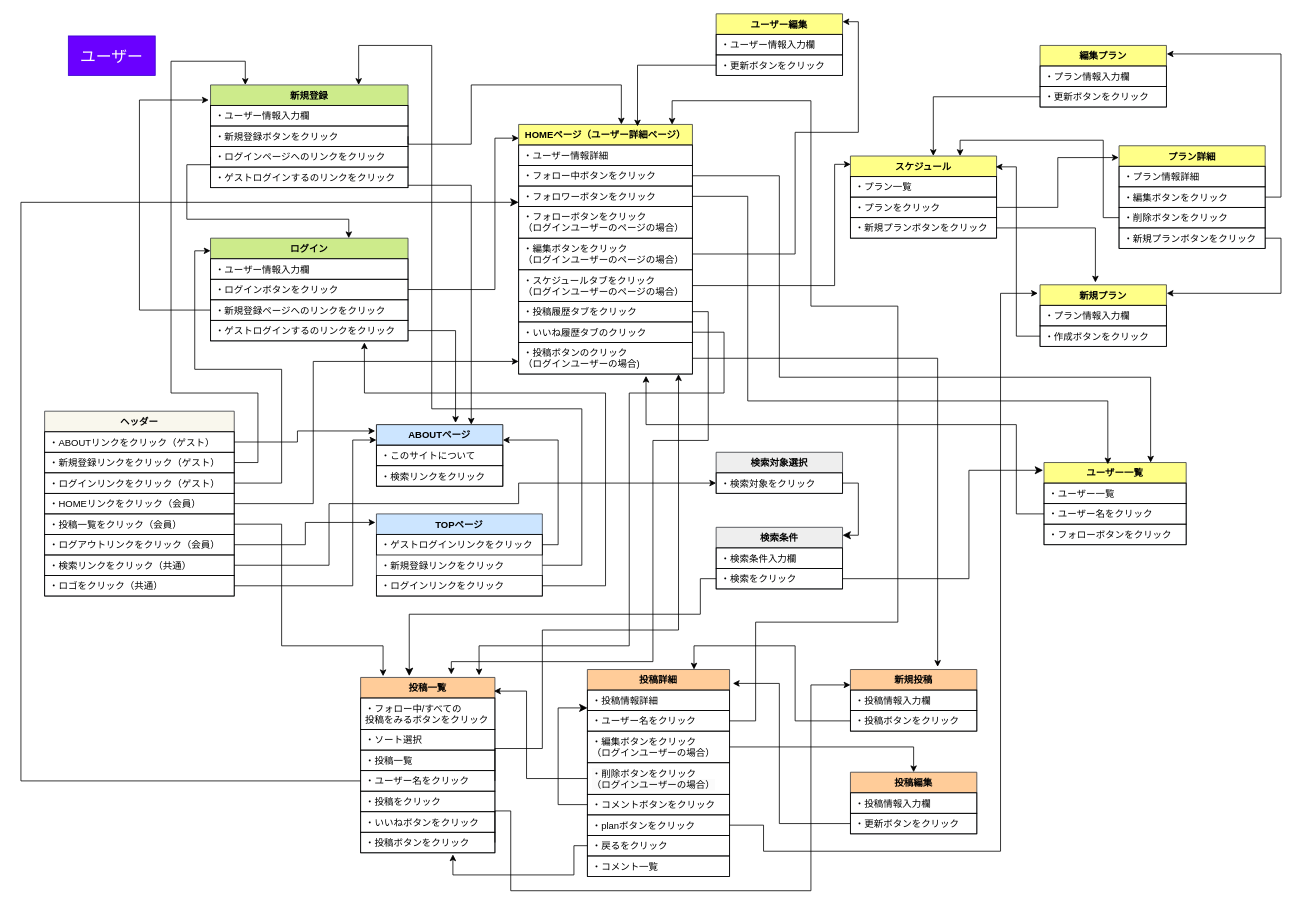
JunkiYuasa/trip_planning keeps this draw.io diagram as page "user" (1 of 2) of ui_flows.drawio. Above is the earlier version. Source tidied: cells renumbered, new cells numbered last; positions are measured from the earlier drawing's top-left corner, leaving out a move shared by most shapes. Both pictures are drawn from the tidied source at 79%, with x=0, y=0 at pixel (21, 13).
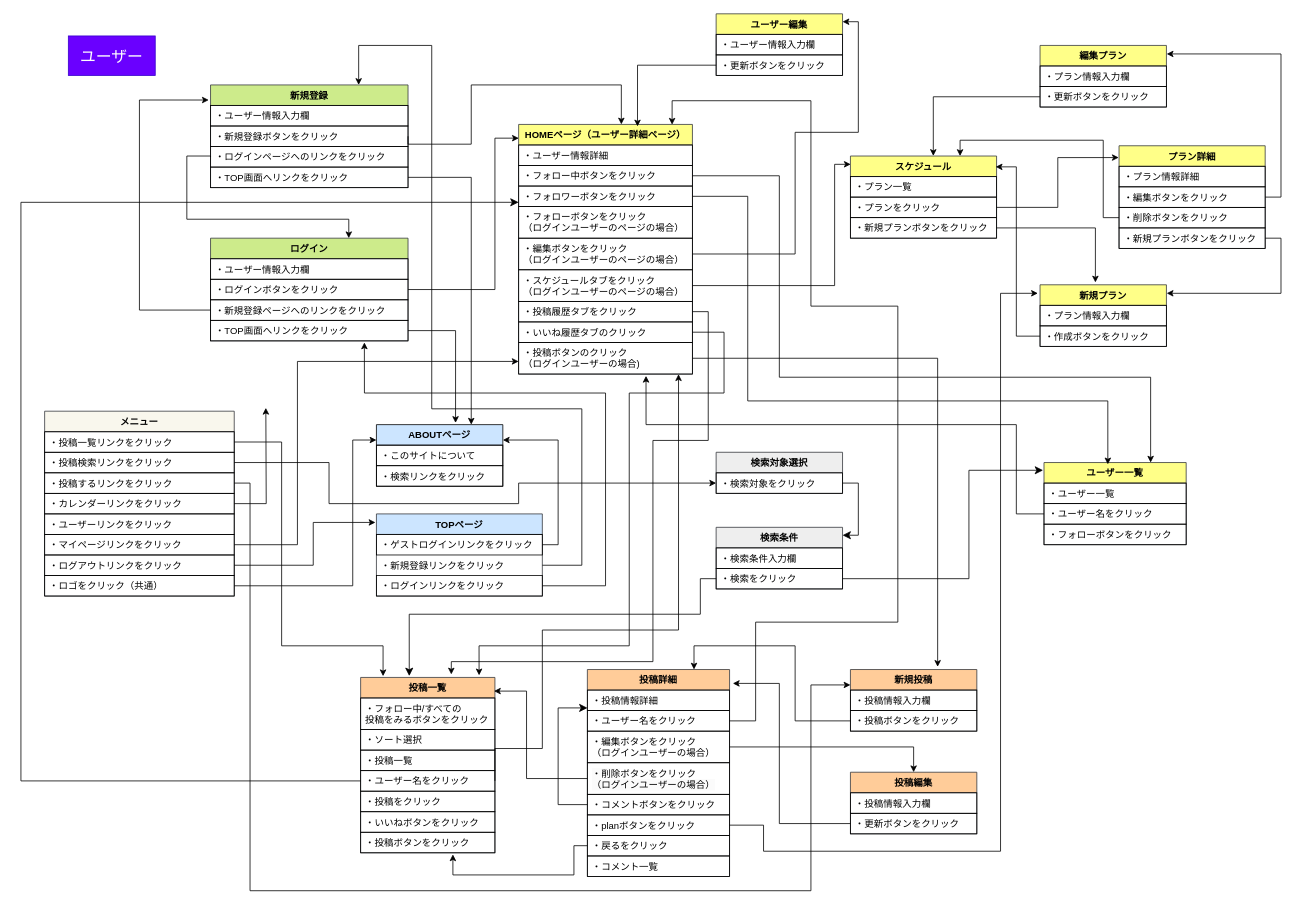
The same page after the edit.

Commit message:
ui_flows.drawio を更新します

Unchanged cells that the change refers to:
```xml
<mxCell id="3" value="TOPページ" style="swimlane;fontStyle=1;align=center;verticalAlign=top;horizontal=1;startSize=26;whiteSpace=wrap;html=1;strokeColor=#36393d;spacingLeft=4;spacingRight=4;fontFamily=Helvetica;fontSize=12;fillColor=#cce5ff;" parent="1" vertex="1">
  <mxGeometry x="450" y="633" width="210" height="104" as="geometry" />
</mxCell>
<mxCell id="16" value="新規登録" style="swimlane;fontStyle=1;align=center;verticalAlign=top;horizontal=1;startSize=26;whiteSpace=wrap;html=1;strokeColor=#36393d;spacingLeft=4;spacingRight=4;fontFamily=Helvetica;fontSize=12;fillColor=#cdeb8b;" parent="1" vertex="1">
  <mxGeometry x="240" y="90" width="250" height="130" as="geometry" />
</mxCell>
<mxCell id="19" value="・ログインページへのリンクをクリック" style="text;strokeColor=default;fillColor=none;align=left;verticalAlign=top;spacingLeft=4;spacingRight=4;overflow=hidden;points=[[0,0.5],[1,0.5]];portConstraint=eastwest;whiteSpace=wrap;html=1;fontFamily=Helvetica;fontSize=12;fontColor=default;" parent="16" vertex="1">
  <mxGeometry y="78" width="250" height="26" as="geometry" />
</mxCell>
<mxCell id="21" value="ABOUTページ" style="swimlane;fontStyle=1;align=center;verticalAlign=top;horizontal=1;startSize=26;whiteSpace=wrap;html=1;spacingLeft=4;spacingRight=4;fontFamily=Helvetica;fontSize=12;fillColor=#cce5ff;strokeColor=default;" parent="1" vertex="1">
  <mxGeometry x="450" y="520" width="160" height="78" as="geometry" />
</mxCell>
<mxCell id="24" value="ログイン" style="swimlane;fontStyle=1;align=center;verticalAlign=top;horizontal=1;startSize=26;whiteSpace=wrap;html=1;strokeColor=#36393d;spacingLeft=4;spacingRight=4;fontFamily=Helvetica;fontSize=12;fillColor=#cdeb8b;" parent="1" vertex="1">
  <mxGeometry x="240" y="284" width="250" height="130" as="geometry" />
</mxCell>
<mxCell id="38" value="・投稿ボタンのクリック&lt;div&gt;（ログインユーザーの場合)&lt;/div&gt;" style="text;strokeColor=default;fillColor=none;align=left;verticalAlign=top;spacingLeft=4;spacingRight=4;overflow=hidden;points=[[0,0.5],[1,0.5]];portConstraint=eastwest;whiteSpace=wrap;html=1;fontFamily=Helvetica;fontSize=12;fontColor=default;" parent="29" vertex="1">
  <mxGeometry y="276" width="220" height="40" as="geometry" />
</mxCell>
<mxCell id="39" value="投稿一覧" style="swimlane;fontStyle=1;align=center;verticalAlign=top;horizontal=1;startSize=26;whiteSpace=wrap;html=1;strokeColor=#36393d;spacingLeft=4;spacingRight=4;fontFamily=Helvetica;fontSize=12;fillColor=#ffcc99;" parent="1" vertex="1">
  <mxGeometry x="430" y="840" width="170" height="222" as="geometry" />
</mxCell>
<mxCell id="46" value="・投稿ボタンをクリック" style="text;strokeColor=default;fillColor=none;align=left;verticalAlign=top;spacingLeft=4;spacingRight=4;overflow=hidden;points=[[0,0.5],[1,0.5]];portConstraint=eastwest;whiteSpace=wrap;html=1;fontFamily=Helvetica;fontSize=12;fontColor=default;" parent="39" vertex="1">
  <mxGeometry y="196" width="170" height="26" as="geometry" />
</mxCell>
<mxCell id="60" value="新規投稿" style="swimlane;fontStyle=1;align=center;verticalAlign=top;horizontal=1;startSize=26;whiteSpace=wrap;html=1;strokeColor=#36393d;spacingLeft=4;spacingRight=4;fontFamily=Helvetica;fontSize=12;fillColor=#ffcc99;" parent="1" vertex="1">
  <mxGeometry x="1050" y="830" width="160" height="78" as="geometry" />
</mxCell>
<mxCell id="86" value="・検索対象をクリック" style="text;strokeColor=default;fillColor=none;align=left;verticalAlign=top;spacingLeft=4;spacingRight=4;overflow=hidden;points=[[0,0.5],[1,0.5]];portConstraint=eastwest;whiteSpace=wrap;html=1;fontFamily=Helvetica;fontSize=12;fontColor=default;" parent="85" vertex="1">
  <mxGeometry y="26" width="160" height="26" as="geometry" />
</mxCell>
```

The edit, as a diff of the source:
```diff
@@
-    <mxCell id="7" value="ヘッダー" style="swimlane;fontStyle=1;align=center;verticalAlign=top;horizontal=1;startSize=26;whiteSpace=wrap;html=1;strokeColor=#36393d;spacingLeft=4;spacingRight=4;fontFamily=Helvetica;fontSize=12;fillColor=#f9f7ed;" parent="1" vertex="1">
+    <mxCell id="7" value="メニュー" style="swimlane;fontStyle=1;align=center;verticalAlign=top;horizontal=1;startSize=26;whiteSpace=wrap;html=1;strokeColor=#36393d;spacingLeft=4;spacingRight=4;fontFamily=Helvetica;fontSize=12;fillColor=#f9f7ed;" parent="1" vertex="1">
       <mxGeometry x="30" y="503" width="240" height="234" as="geometry" />
     </mxCell>
-    <mxCell id="8" value="・ABOUTリンクをクリック（ゲスト）" style="text;strokeColor=default;fillColor=none;align=left;verticalAlign=top;spacingLeft=4;spacingRight=4;overflow=hidden;points=[[0,0.5],[1,0.5]];portConstraint=eastwest;whiteSpace=wrap;html=1;fontFamily=Helvetica;fontSize=12;fontColor=default;" parent="7" vertex="1">
+    <mxCell id="8" value="・投稿一覧リンクをクリック" style="text;strokeColor=default;fillColor=none;align=left;verticalAlign=top;spacingLeft=4;spacingRight=4;overflow=hidden;points=[[0,0.5],[1,0.5]];portConstraint=eastwest;whiteSpace=wrap;html=1;fontFamily=Helvetica;fontSize=12;fontColor=default;" parent="7" vertex="1">
       <mxGeometry y="26" width="240" height="26" as="geometry" />
     </mxCell>
+    <mxCell id="14" value="・投稿検索リンクをクリック" style="text;strokeColor=default;fillColor=none;align=left;verticalAlign=top;spacingLeft=4;spacingRight=4;overflow=hidden;points=[[0,0.5],[1,0.5]];portConstraint=eastwest;whiteSpace=wrap;html=1;fontFamily=Helvetica;fontSize=12;fontColor=default;" parent="7" vertex="1">
+      <mxGeometry y="52" width="240" height="26" as="geometry" />
+    </mxCell>
-    <mxCell id="9" value="・新規登録リンクをクリック（ゲスト）" style="text;strokeColor=default;fillColor=none;align=left;verticalAlign=top;spacingLeft=4;spacingRight=4;overflow=hidden;points=[[0,0.5],[1,0.5]];portConstraint=eastwest;whiteSpace=wrap;html=1;fontFamily=Helvetica;fontSize=12;fontColor=default;" parent="7" vertex="1">
-      <mxGeometry y="52" width="240" height="26" as="geometry" />
+    <mxCell id="9" value="・投稿するリンクをクリック" style="text;strokeColor=default;fillColor=none;align=left;verticalAlign=top;spacingLeft=4;spacingRight=4;overflow=hidden;points=[[0,0.5],[1,0.5]];portConstraint=eastwest;whiteSpace=wrap;html=1;fontFamily=Helvetica;fontSize=12;fontColor=default;" parent="7" vertex="1">
+      <mxGeometry y="78" width="240" height="26" as="geometry" />
     </mxCell>
+    <mxCell id="136" style="edgeStyle=orthogonalEdgeStyle;rounded=0;jettySize=auto;html=1;exitX=1;exitY=0.5;exitDx=0;exitDy=0;" parent="7" edge="1" source="12">
+      <mxGeometry relative="1" as="geometry">
+        <mxPoint x="280" y="-4.2" as="targetPoint" />
+      </mxGeometry>
+    </mxCell>
+    <mxCell id="12" value="・カレンダーリンクをクリック" style="text;strokeColor=default;fillColor=none;align=left;verticalAlign=top;spacingLeft=4;spacingRight=4;overflow=hidden;points=[[0,0.5],[1,0.5]];portConstraint=eastwest;whiteSpace=wrap;html=1;fontFamily=Helvetica;fontSize=12;fontColor=default;" parent="7" vertex="1">
+      <mxGeometry y="104" width="240" height="26" as="geometry" />
+    </mxCell>
-    <mxCell id="10" value="・ログインリンクをクリック（ゲスト）" style="text;strokeColor=default;fillColor=none;align=left;verticalAlign=top;spacingLeft=4;spacingRight=4;overflow=hidden;points=[[0,0.5],[1,0.5]];portConstraint=eastwest;whiteSpace=wrap;html=1;fontFamily=Helvetica;fontSize=12;fontColor=default;" parent="7" vertex="1">
-      <mxGeometry y="78" width="240" height="26" as="geometry" />
+    <mxCell id="10" value="・ユーザーリンクをクリック" style="text;strokeColor=default;fillColor=none;align=left;verticalAlign=top;spacingLeft=4;spacingRight=4;overflow=hidden;points=[[0,0.5],[1,0.5]];portConstraint=eastwest;whiteSpace=wrap;html=1;fontFamily=Helvetica;fontSize=12;fontColor=default;" parent="7" vertex="1">
+      <mxGeometry y="130" width="240" height="26" as="geometry" />
     </mxCell>
-    <mxCell id="11" value="・HOMEリンクをクリック（会員）" style="text;strokeColor=default;fillColor=none;align=left;verticalAlign=top;spacingLeft=4;spacingRight=4;overflow=hidden;points=[[0,0.5],[1,0.5]];portConstraint=eastwest;whiteSpace=wrap;html=1;fontFamily=Helvetica;fontSize=12;fontColor=default;" parent="7" vertex="1">
-      <mxGeometry y="104" width="240" height="26" as="geometry" />
+    <mxCell id="11" value="・マイページリンクをクリック" style="text;strokeColor=default;fillColor=none;align=left;verticalAlign=top;spacingLeft=4;spacingRight=4;overflow=hidden;points=[[0,0.5],[1,0.5]];portConstraint=eastwest;whiteSpace=wrap;html=1;fontFamily=Helvetica;fontSize=12;fontColor=default;" parent="7" vertex="1">
+      <mxGeometry y="156" width="240" height="26" as="geometry" />
     </mxCell>
-    <mxCell id="12" value="・投稿一覧をクリック（会員）" style="text;strokeColor=default;fillColor=none;align=left;verticalAlign=top;spacingLeft=4;spacingRight=4;overflow=hidden;points=[[0,0.5],[1,0.5]];portConstraint=eastwest;whiteSpace=wrap;html=1;fontFamily=Helvetica;fontSize=12;fontColor=default;" parent="7" vertex="1">
-      <mxGeometry y="130" width="240" height="26" as="geometry" />
-    </mxCell>
-    <mxCell id="13" value="・ログアウトリンクをクリック（会員）" style="text;strokeColor=default;fillColor=none;align=left;verticalAlign=top;spacingLeft=4;spacingRight=4;overflow=hidden;points=[[0,0.5],[1,0.5]];portConstraint=eastwest;whiteSpace=wrap;html=1;fontFamily=Helvetica;fontSize=12;fontColor=default;" parent="7" vertex="1">
-      <mxGeometry y="156" width="240" height="26" as="geometry" />
+    <mxCell id="13" value="・ログアウトリンクをクリック" style="text;strokeColor=default;fillColor=none;align=left;verticalAlign=top;spacingLeft=4;spacingRight=4;overflow=hidden;points=[[0,0.5],[1,0.5]];portConstraint=eastwest;whiteSpace=wrap;html=1;fontFamily=Helvetica;fontSize=12;fontColor=default;" parent="7" vertex="1">
+      <mxGeometry y="182" width="240" height="26" as="geometry" />
     </mxCell>
-    <mxCell id="14" value="・検索リンクをクリック（共通）" style="text;strokeColor=default;fillColor=none;align=left;verticalAlign=top;spacingLeft=4;spacingRight=4;overflow=hidden;points=[[0,0.5],[1,0.5]];portConstraint=eastwest;whiteSpace=wrap;html=1;fontFamily=Helvetica;fontSize=12;fontColor=default;" parent="7" vertex="1">
-      <mxGeometry y="182" width="240" height="26" as="geometry" />
-    </mxCell>
@@
-    <mxCell id="20" value="・ゲストログインするのリンクをクリック" style="text;strokeColor=default;fillColor=none;align=left;verticalAlign=top;spacingLeft=4;spacingRight=4;overflow=hidden;points=[[0,0.5],[1,0.5]];portConstraint=eastwest;whiteSpace=wrap;html=1;fontFamily=Helvetica;fontSize=12;fontColor=default;" parent="16" vertex="1">
+    <mxCell id="20" value="・TOP画面へリンクをクリック" style="text;strokeColor=default;fillColor=none;align=left;verticalAlign=top;spacingLeft=4;spacingRight=4;overflow=hidden;points=[[0,0.5],[1,0.5]];portConstraint=eastwest;whiteSpace=wrap;html=1;fontFamily=Helvetica;fontSize=12;fontColor=default;" parent="16" vertex="1">
       <mxGeometry y="104" width="250" height="26" as="geometry" />
     </mxCell>
@@
-    <mxCell id="28" value="・ゲストログインするのリンクをクリック" style="text;strokeColor=default;fillColor=none;align=left;verticalAlign=top;spacingLeft=4;spacingRight=4;overflow=hidden;points=[[0,0.5],[1,0.5]];portConstraint=eastwest;whiteSpace=wrap;html=1;fontFamily=Helvetica;fontSize=12;fontColor=default;" parent="24" vertex="1">
+    <mxCell id="28" value="・TOP画面へリンクをクリック" style="text;strokeColor=default;fillColor=none;align=left;verticalAlign=top;spacingLeft=4;spacingRight=4;overflow=hidden;points=[[0,0.5],[1,0.5]];portConstraint=eastwest;whiteSpace=wrap;html=1;fontFamily=Helvetica;fontSize=12;fontColor=default;" parent="24" vertex="1">
       <mxGeometry y="104" width="250" height="26" as="geometry" />
     </mxCell>
@@
-    <mxCell id="87" style="edgeStyle=orthogonalEdgeStyle;rounded=0;jettySize=auto;html=1;" parent="1" edge="1" source="9">
-      <mxGeometry relative="1" as="geometry">
-        <mxPoint x="284" y="90" as="targetPoint" />
-        <Array as="points">
-          <mxPoint x="300" y="568" />
-          <mxPoint x="300" y="480" />
-          <mxPoint x="190" y="480" />
-          <mxPoint x="190" y="60" />
-          <mxPoint x="284" y="60" />
-        </Array>
-      </mxGeometry>
-    </mxCell>
-    <mxCell id="88" style="edgeStyle=orthogonalEdgeStyle;rounded=0;jettySize=auto;html=1;exitX=1;exitY=0.5;exitDx=0;exitDy=0;" parent="1" edge="1" source="10" target="24">
-      <mxGeometry relative="1" as="geometry">
-        <Array as="points">
-          <mxPoint x="330" y="594" />
-          <mxPoint x="330" y="450" />
-          <mxPoint x="220" y="450" />
-          <mxPoint x="220" y="300" />
-        </Array>
-      </mxGeometry>
-    </mxCell>
-    <mxCell id="89" style="edgeStyle=orthogonalEdgeStyle;rounded=0;jettySize=auto;html=1;exitX=1;exitY=0.5;exitDx=0;exitDy=0;entryX=-0.01;entryY=0.103;entryDx=0;entryDy=0;entryPerimeter=0;" parent="1" edge="1" source="8" target="21">
-      <mxGeometry relative="1" as="geometry">
-        <Array as="points">
-          <mxPoint x="350" y="542" />
-          <mxPoint x="350" y="528" />
-        </Array>
-      </mxGeometry>
-    </mxCell>
     <mxCell id="90" style="edgeStyle=orthogonalEdgeStyle;rounded=0;jettySize=auto;html=1;exitX=1;exitY=0.5;exitDx=0;exitDy=0;entryX=0;entryY=0.6;entryDx=0;entryDy=0;entryPerimeter=0;" parent="1" edge="1" source="11" target="38">
       <mxGeometry relative="1" as="geometry">
         <Array as="points">
-          <mxPoint x="370" y="620" />
-          <mxPoint x="370" y="440" />
+          <mxPoint x="350" y="672" />
+          <mxPoint x="350" y="440" />
         </Array>
       </mxGeometry>
     </mxCell>
-    <mxCell id="91" style="edgeStyle=orthogonalEdgeStyle;rounded=0;jettySize=auto;html=1;exitX=1;exitY=0.5;exitDx=0;exitDy=0;entryX=0.167;entryY=-0.007;entryDx=0;entryDy=0;entryPerimeter=0;" parent="1" edge="1" source="12" target="39">
+    <mxCell id="91" style="edgeStyle=orthogonalEdgeStyle;rounded=0;jettySize=auto;html=1;exitX=1;exitY=0.5;exitDx=0;exitDy=0;entryX=0.167;entryY=-0.007;entryDx=0;entryDy=0;entryPerimeter=0;" parent="1" edge="1" source="8" target="39">
       <mxGeometry relative="1" as="geometry">
         <Array as="points">
-          <mxPoint x="330" y="646" />
+          <mxPoint x="330" y="542" />
           <mxPoint x="330" y="800" />
           <mxPoint x="458" y="800" />
         </Array>
       </mxGeometry>
     </mxCell>
     <mxCell id="92" style="edgeStyle=orthogonalEdgeStyle;rounded=0;jettySize=auto;html=1;exitX=1;exitY=0.5;exitDx=0;exitDy=0;entryX=0;entryY=0.5;entryDx=0;entryDy=0;" parent="1" edge="1" source="14" target="86">
       <mxGeometry relative="1" as="geometry">
         <Array as="points">
-          <mxPoint x="390" y="698" />
+          <mxPoint x="390" y="568" />
           <mxPoint x="390" y="620" />
           <mxPoint x="630" y="620" />
           <mxPoint x="630" y="594" />
         </Array>
       </mxGeometry>
     </mxCell>
@@
     <mxCell id="96" style="edgeStyle=orthogonalEdgeStyle;rounded=0;jettySize=auto;html=1;exitX=0;exitY=0.5;exitDx=0;exitDy=0;" parent="1" edge="1" source="19" target="24">
       <mxGeometry relative="1" as="geometry">
         <Array as="points">
-          <mxPoint x="210" y="191" />
+          <mxPoint x="240" y="180" />
+          <mxPoint x="210" y="180" />
           <mxPoint x="210" y="260" />
           <mxPoint x="415" y="260" />
         </Array>
       </mxGeometry>
     </mxCell>
-    <mxCell id="97" style="edgeStyle=orthogonalEdgeStyle;rounded=0;orthogonalLoop=1;jettySize=auto;html=1;" parent="1" edge="1">
+    <mxCell id="97" style="edgeStyle=orthogonalEdgeStyle;rounded=0;jettySize=auto;html=1;exitX=1;exitY=0.5;exitDx=0;exitDy=0;" parent="1" edge="1" source="20">
       <mxGeometry relative="1" as="geometry">
-        <mxPoint x="490" y="217" as="sourcePoint" />
         <mxPoint x="570" y="520" as="targetPoint" />
         <Array as="points">
-          <mxPoint x="570" y="217" />
-          <mxPoint x="570" y="520" />
+          <mxPoint x="570" y="207" />
         </Array>
       </mxGeometry>
     </mxCell>
@@
-    <mxCell id="102" style="edgeStyle=orthogonalEdgeStyle;rounded=0;jettySize=auto;html=1;exitX=1;exitY=0.5;exitDx=0;exitDy=0;entryX=0;entryY=0.25;entryDx=0;entryDy=0;" parent="1" edge="1" source="46" target="60">
+    <mxCell id="102" style="edgeStyle=orthogonalEdgeStyle;rounded=0;jettySize=auto;html=1;exitX=1;exitY=0.5;exitDx=0;exitDy=0;entryX=0;entryY=0.25;entryDx=0;entryDy=0;" parent="1" edge="1" source="9" target="60">
       <mxGeometry relative="1" as="geometry">
         <Array as="points">
-          <mxPoint x="620" y="1009" />
-          <mxPoint x="620" y="1110" />
+          <mxPoint x="290" y="594" />
+          <mxPoint x="290" y="1110" />
           <mxPoint x="1000" y="1110" />
           <mxPoint x="1000" y="850" />
         </Array>
       </mxGeometry>
     </mxCell>
@@
     <mxCell id="127" style="edgeStyle=orthogonalEdgeStyle;rounded=0;jettySize=auto;html=1;exitX=1;exitY=0.5;exitDx=0;exitDy=0;entryX=-0.006;entryY=0.104;entryDx=0;entryDy=0;entryPerimeter=0;" parent="1" edge="1" source="13" target="3">
       <mxGeometry relative="1" as="geometry">
         <Array as="points">
-          <mxPoint x="360" y="672" />
-          <mxPoint x="360" y="644" />
+          <mxPoint x="370" y="698" />
+          <mxPoint x="370" y="644" />
         </Array>
       </mxGeometry>
     </mxCell>
```
